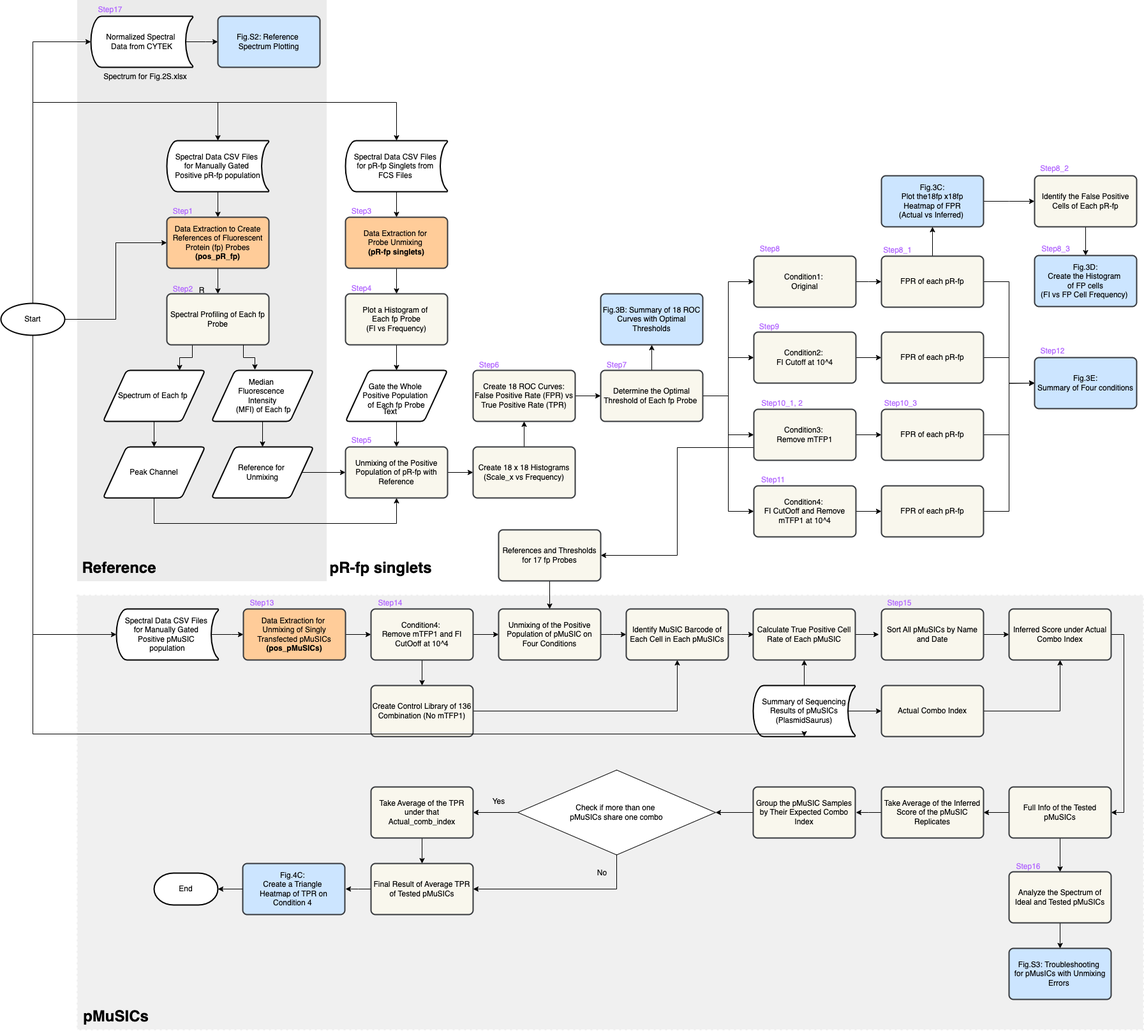
birtwistlelab/MuSIC-Fluorescent-Protein-Barcodes--Spectral_Unmixing keeps this draw.io diagram as workflow_of_spectral_unmixing.png. Above is the earlier version. Source tidied: cells renumbered, new cells last; positions are measured from the earlier drawing's top-left corner, leaving out a move shared by most shapes.
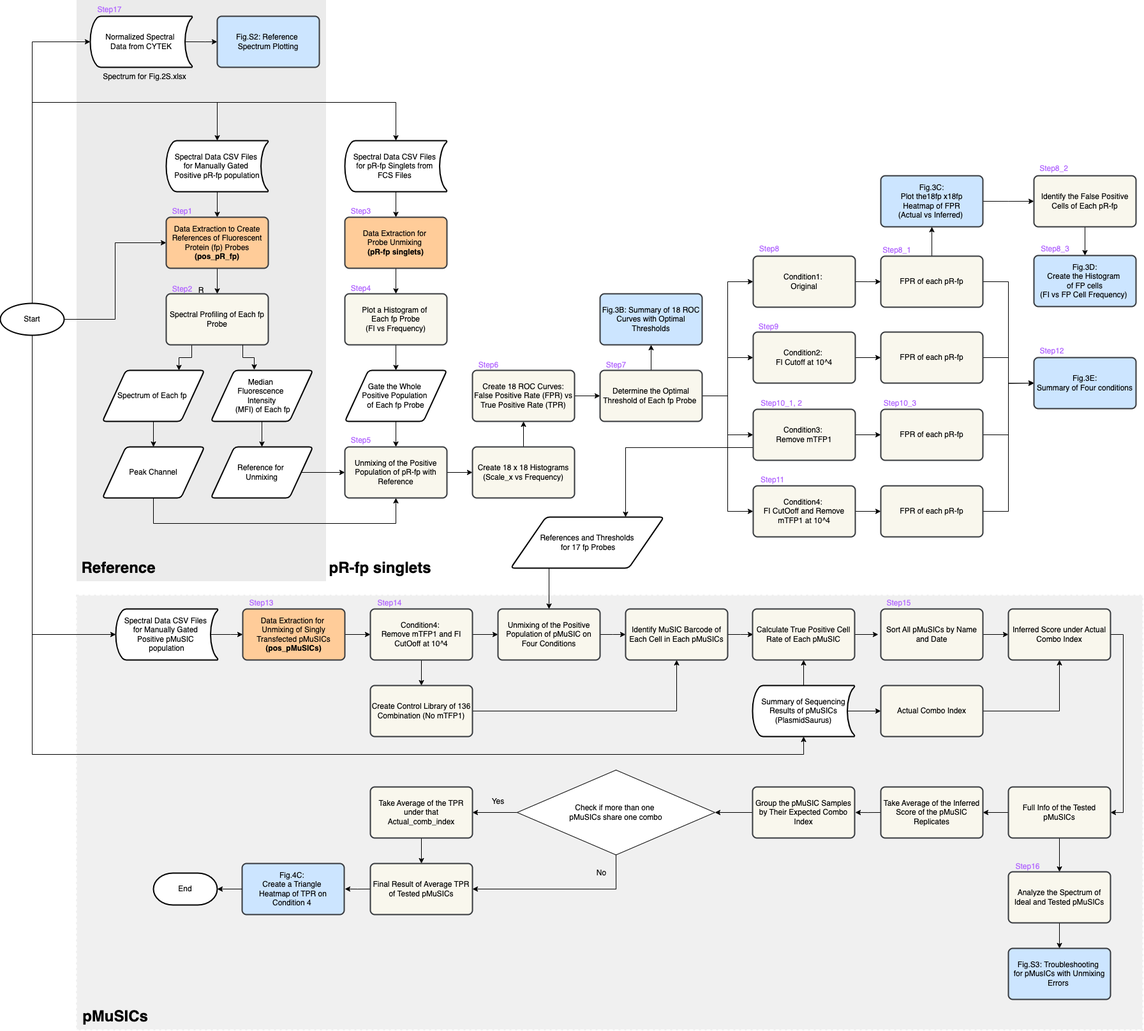
After the commit.

What changed in the source:
```diff
@@ -141,7 +141,7 @@
     <mxCell id="45" style="edgeStyle=orthogonalEdgeStyle;rounded=0;jettySize=auto;html=1;fontFamily=Helvetica;fontSize=12;fontColor=default;" parent="1" edge="1" source="47" target="58">
       <mxGeometry relative="1" as="geometry" />
     </mxCell>
-    <mxCell id="46" style="edgeStyle=orthogonalEdgeStyle;rounded=0;jettySize=auto;html=1;exitX=0;exitY=0.75;exitDx=0;exitDy=0;entryX=1;entryY=0.5;entryDx=0;entryDy=0;" parent="1" edge="1" source="47" target="147">
+    <mxCell id="46" style="edgeStyle=orthogonalEdgeStyle;rounded=0;jettySize=auto;html=1;exitX=0;exitY=0.75;exitDx=0;exitDy=0;entryX=0.75;entryY=0;entryDx=0;entryDy=0;" parent="1" edge="1" source="47" target="147">
       <mxGeometry relative="1" as="geometry" />
     </mxCell>
     <mxCell id="47" value="Condition3:&amp;nbsp;&lt;div&gt;Remove mTFP1&lt;/div&gt;" style="rounded=1;whiteSpace=wrap;html=1;absoluteArcSize=1;arcSize=14;strokeWidth=2;strokeColor=#36393d;align=center;verticalAlign=middle;fontFamily=Helvetica;fontSize=12;fillColor=#f9f7ed;" parent="1" vertex="1">
@@ -338,11 +338,12 @@
         </Array>
       </mxGeometry>
     </mxCell>
-    <mxCell id="105" style="edgeStyle=orthogonalEdgeStyle;rounded=0;jettySize=auto;html=1;exitX=0.5;exitY=1;exitDx=0;exitDy=0;exitPerimeter=0;entryX=0.5;entryY=1;entryDx=0;entryDy=0;entryPerimeter=0;" parent="1" edge="1" source="5" target="103">
+    <mxCell id="105" style="edgeStyle=orthogonalEdgeStyle;rounded=0;jettySize=auto;html=1;exitX=0.5;exitY=1;exitDx=0;exitDy=0;exitPerimeter=0;entryX=0.5;entryY=1;entryDx=0;entryDy=0;entryPerimeter=0;" parent="1" edge="1" target="103">
       <mxGeometry relative="1" as="geometry">
+        <mxPoint x="50" y="527" as="sourcePoint" />
         <Array as="points">
-          <mxPoint x="50" y="1150" />
-          <mxPoint x="1259" y="1150" />
+          <mxPoint x="50" y="1182" />
+          <mxPoint x="1259" y="1182" />
         </Array>
       </mxGeometry>
     </mxCell>
@@ -455,9 +456,6 @@
     <mxCell id="140" value="Spectrum for Fig.2S.xlsx" style="text;html=1;align=center;verticalAlign=middle;strokeColor=none;fillColor=none;" parent="1" vertex="1">
       <mxGeometry x="151" y="105" width="150" height="30" as="geometry" />
     </mxCell>
-    <mxCell id="141" value="Text" style="text;html=1;align=center;verticalAlign=middle;whiteSpace=wrap;rounded=0;" parent="1" vertex="1">
-      <mxGeometry x="580" y="630" width="60" height="30" as="geometry" />
-    </mxCell>
     <mxCell id="142" value="Reference" style="text;html=1;align=center;verticalAlign=middle;strokeColor=none;fillColor=none;fontSize=24;fontStyle=1;" parent="1" vertex="1">
       <mxGeometry x="120" y="870" width="130" height="40" as="geometry" />
     </mxCell>
@@ -470,11 +468,11 @@
     <mxCell id="145" value="pMuSICs" style="text;html=1;align=center;verticalAlign=middle;strokeColor=none;fillColor=none;fontSize=24;fontStyle=1;" parent="1" vertex="1">
       <mxGeometry x="120" y="1573" width="120" height="40" as="geometry" />
     </mxCell>
-    <mxCell id="146" style="edgeStyle=orthogonalEdgeStyle;rounded=0;jettySize=auto;html=1;exitX=0.5;exitY=1;exitDx=0;exitDy=0;entryX=0.5;entryY=0;entryDx=0;entryDy=0;" parent="1" edge="1" source="147" target="92">
+    <mxCell id="146" style="edgeStyle=orthogonalEdgeStyle;rounded=0;jettySize=auto;html=1;exitX=0.25;exitY=1;exitDx=0;exitDy=0;entryX=0.5;entryY=0;entryDx=0;entryDy=0;" parent="1" edge="1" source="147" target="92">
       <mxGeometry relative="1" as="geometry" />
     </mxCell>
-    <mxCell id="147" value="References and Thresholds for 17 fp Probes" style="rounded=1;whiteSpace=wrap;html=1;absoluteArcSize=1;arcSize=14;strokeWidth=2;strokeColor=#36393d;align=center;verticalAlign=middle;fontFamily=Helvetica;fontSize=12;fillColor=#f9f7ed;" parent="1" vertex="1">
-      <mxGeometry x="780" y="830" width="160" height="80" as="geometry" />
+    <mxCell id="147" value="References and Thresholds&lt;div&gt;&amp;nbsp;for 17 fp Probes&lt;/div&gt;" style="shape=parallelogram;html=1;strokeWidth=2;perimeter=parallelogramPerimeter;whiteSpace=wrap;rounded=1;arcSize=12;size=0.23;" parent="1" vertex="1">
+      <mxGeometry x="800" y="810" width="240" height="80" as="geometry" />
     </mxCell>
   </root>
 </mxGraphModel>
```
